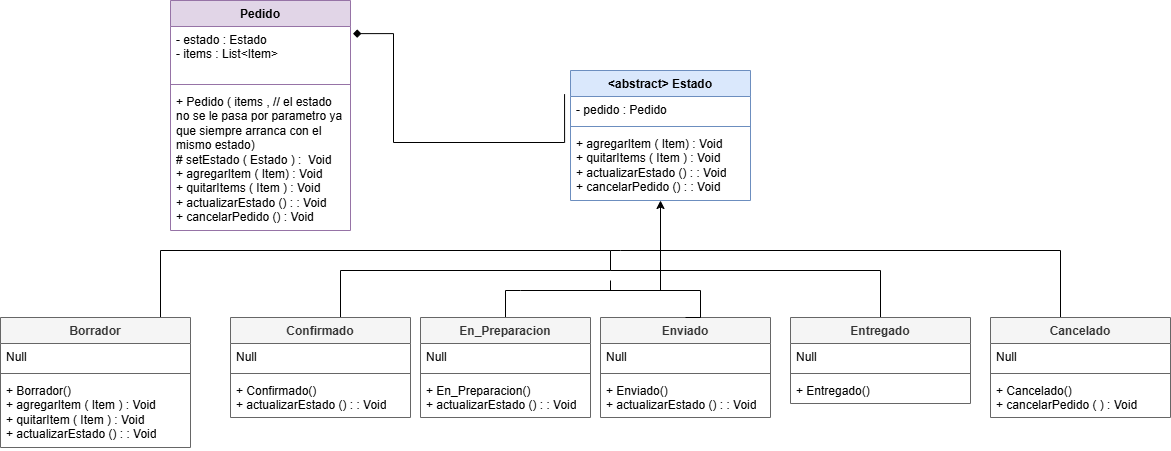
This is src/Pedido/UML.png from saenzlucas/UNQShop, a draw.io export, as it was before one commit. Source tidied: cells renumbered, new cells last; positions are measured from the earlier drawing's top-left corner, leaving out a move shared by most shapes.
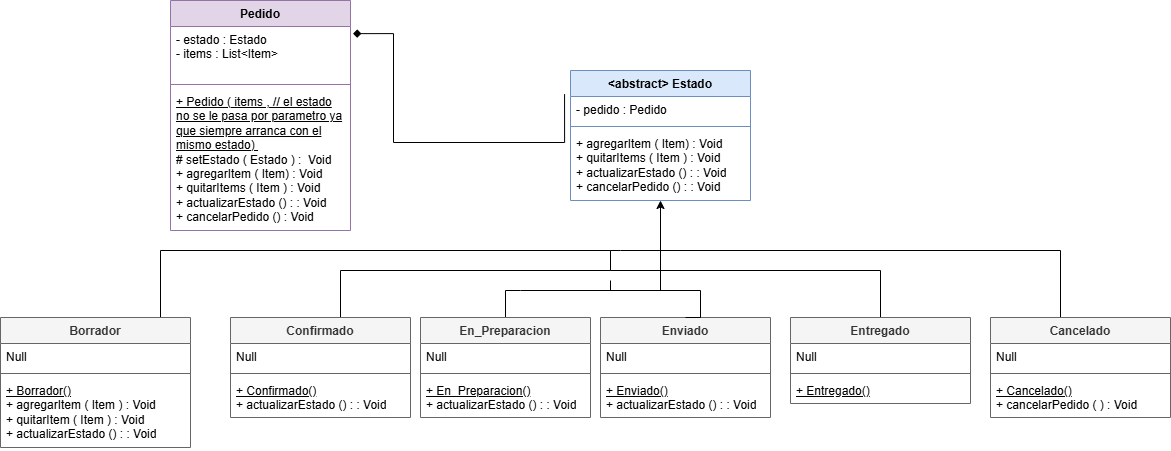
The same diagram one commit later.

Commit message:
se subraya mensaje de creacion de instancia ya que pasa a ser un mensaje de clase y se encarga tanto de crear la instancia como de iniciarla

The edit, as a diff of the source:
```diff
@@ -11,7 +11,7 @@
     <mxCell id="4" style="line;strokeWidth=1;fillColor=none;align=left;verticalAlign=middle;spacingTop=-1;spacingLeft=3;spacingRight=3;labelPosition=right;strokeColor=inherit;" parent="2" vertex="1">
       <mxGeometry y="80" width="180" height="8" as="geometry" />
     </mxCell>
-    <mxCell id="5" value="+ Pedido ( items , // el estado no se le pasa por parametro ya que siempre arranca con el mismo estado)&amp;nbsp;&lt;div&gt;# setEstado ( Estado ) :&amp;nbsp; Void&lt;div&gt;+ agregarItem ( Item) : Void&lt;/div&gt;&lt;div&gt;+ quitarItems ( Item ) : Void&amp;nbsp;&lt;/div&gt;&lt;div&gt;+ actualizarEstado () : : Void&lt;/div&gt;&lt;div&gt;+ cancelarPedido () : Void&lt;/div&gt;&lt;/div&gt;" style="text;strokeColor=none;fillColor=none;align=left;verticalAlign=top;spacingLeft=4;spacingRight=4;overflow=hidden;whiteSpace=wrap;html=1;" parent="2" vertex="1">
+    <mxCell id="5" value="&lt;u&gt;+ Pedido ( items , // el estado no se le pasa por parametro ya que siempre arranca con el mismo estado)&amp;nbsp;&lt;/u&gt;&lt;div&gt;# setEstado ( Estado ) :&amp;nbsp; Void&lt;div&gt;+ agregarItem ( Item) : Void&lt;/div&gt;&lt;div&gt;+ quitarItems ( Item ) : Void&amp;nbsp;&lt;/div&gt;&lt;div&gt;+ actualizarEstado () : : Void&lt;/div&gt;&lt;div&gt;+ cancelarPedido () : Void&lt;/div&gt;&lt;/div&gt;" style="text;strokeColor=none;fillColor=none;align=left;verticalAlign=top;spacingLeft=4;spacingRight=4;overflow=hidden;whiteSpace=wrap;html=1;" parent="2" vertex="1">
       <mxGeometry y="88" width="180" height="142" as="geometry" />
     </mxCell>
     <mxCell id="6" style="edgeStyle=orthogonalEdgeStyle;rounded=0;jettySize=auto;html=1;endArrow=diamond;endFill=1;exitX=-0.033;exitY=0.182;exitDx=0;exitDy=0;exitPerimeter=0;entryX=1.014;entryY=0.144;entryDx=0;entryDy=0;entryPerimeter=0;" parent="1" edge="1" source="7" target="2">
@@ -28,20 +28,20 @@
     <mxCell id="8" value="- pedido : Pedido" style="text;strokeColor=none;fillColor=none;align=left;verticalAlign=top;spacingLeft=4;spacingRight=4;overflow=hidden;whiteSpace=wrap;html=1;" parent="7" vertex="1">
       <mxGeometry y="26" width="180" height="26" as="geometry" />
     </mxCell>
-    <mxCell id="9" style="line;strokeWidth=1;fillColor=none;align=left;verticalAlign=middle;spacingTop=-1;spacingLeft=3;spacingRight=3;labelPosition=right;strokeColor=inherit;" parent="7" vertex="1">
-      <mxGeometry y="52" width="180" height="8" as="geometry" />
-    </mxCell>
+    <mxCell id="41" style="line;strokeWidth=1;fillColor=none;align=left;verticalAlign=middle;spacingTop=-1;spacingLeft=3;spacingRight=3;labelPosition=right;strokeColor=inherit;" parent="7" vertex="1">
+      <mxGeometry y="52" width="180" height="8" as="geometry" />
+    </mxCell>
     <mxCell id="10" value="&lt;div&gt;+ agregarItem ( Item) : Void&lt;/div&gt;&lt;div&gt;+ quitarItems ( Item ) : Void&amp;nbsp;&lt;/div&gt;&lt;div&gt;+ actualizarEstado () : : Void&lt;/div&gt;&lt;div&gt;+ cancelarPedido&lt;span style=&quot;background-color: transparent; color: light-dark(rgb(0, 0, 0), rgb(255, 255, 255));&quot;&gt;&amp;nbsp;() : : Void&lt;/span&gt;&lt;/div&gt;" style="text;strokeColor=none;fillColor=none;align=left;verticalAlign=top;spacingLeft=4;spacingRight=4;overflow=hidden;whiteSpace=wrap;html=1;" parent="7" vertex="1">
       <mxGeometry y="60" width="180" height="70" as="geometry" />
     </mxCell>
-    <mxCell id="11" style="edgeStyle=orthogonalEdgeStyle;rounded=0;jettySize=auto;html=1;endArrow=none;endFill=0;" parent="1" edge="1" source="12">
-      <mxGeometry relative="1" as="geometry">
-        <mxPoint x="610" y="250" as="targetPoint" />
-        <Array as="points">
-          <mxPoint x="160" y="250" />
-        </Array>
-      </mxGeometry>
-    </mxCell>
+    <mxCell id="42" style="edgeStyle=orthogonalEdgeStyle;rounded=0;jettySize=auto;html=1;endArrow=none;endFill=0;" parent="1" edge="1" source="12">
+      <mxGeometry relative="1" as="geometry">
+        <mxPoint x="610" y="250" as="targetPoint" />
+        <Array as="points">
+          <mxPoint x="160" y="250" />
+        </Array>
+      </mxGeometry>
+    </mxCell>
     <mxCell id="12" value="Borrador&lt;div&gt;&lt;br&gt;&lt;/div&gt;" style="swimlane;fontStyle=1;align=center;verticalAlign=top;horizontal=1;startSize=26;whiteSpace=wrap;html=1;fillColor=#f5f5f5;strokeColor=#666666;fontColor=#333333;" parent="1" vertex="1">
       <mxGeometry y="317" width="190" height="130" as="geometry" />
     </mxCell>
@@ -51,81 +51,81 @@
     <mxCell id="14" style="line;strokeWidth=1;fillColor=none;align=left;verticalAlign=middle;spacingTop=-1;spacingLeft=3;spacingRight=3;labelPosition=right;strokeColor=inherit;" parent="12" vertex="1">
       <mxGeometry y="52" width="190" height="8" as="geometry" />
     </mxCell>
-    <mxCell id="15" value="+ Borrador()&lt;div&gt;+ agregarItem ( Item ) : Void&lt;div&gt;+ quitarItem ( Item ) : Void&lt;/div&gt;&lt;div&gt;+ actualizarEstado () : : Void&lt;/div&gt;&lt;/div&gt;" style="text;strokeColor=none;fillColor=none;align=left;verticalAlign=top;spacingLeft=4;spacingRight=4;overflow=hidden;whiteSpace=wrap;html=1;" parent="12" vertex="1">
+    <mxCell id="15" value="&lt;u&gt;+ Borrador()&lt;/u&gt;&lt;div&gt;+ agregarItem ( Item ) : Void&lt;div&gt;+ quitarItem ( Item ) : Void&lt;/div&gt;&lt;div&gt;+ actualizarEstado () : : Void&lt;/div&gt;&lt;/div&gt;" style="text;strokeColor=none;fillColor=none;align=left;verticalAlign=top;spacingLeft=4;spacingRight=4;overflow=hidden;whiteSpace=wrap;html=1;" parent="12" vertex="1">
       <mxGeometry y="60" width="190" height="70" as="geometry" />
     </mxCell>
-    <mxCell id="16" style="edgeStyle=orthogonalEdgeStyle;rounded=0;jettySize=auto;html=1;endArrow=none;endFill=0;exitX=0.5;exitY=0;exitDx=0;exitDy=0;" parent="1" edge="1" source="17">
-      <mxGeometry relative="1" as="geometry">
-        <mxPoint x="610" y="270" as="targetPoint" />
-        <Array as="points">
-          <mxPoint x="340" y="270" />
-        </Array>
-      </mxGeometry>
-    </mxCell>
+    <mxCell id="43" style="edgeStyle=orthogonalEdgeStyle;rounded=0;jettySize=auto;html=1;endArrow=none;endFill=0;exitX=0.5;exitY=0;exitDx=0;exitDy=0;" parent="1" edge="1" source="17">
+      <mxGeometry relative="1" as="geometry">
+        <mxPoint x="610" y="270" as="targetPoint" />
+        <Array as="points">
+          <mxPoint x="340" y="270" />
+        </Array>
+      </mxGeometry>
+    </mxCell>
     <mxCell id="17" value="Confirmado&lt;div&gt;&lt;br&gt;&lt;/div&gt;" style="swimlane;fontStyle=1;align=center;verticalAlign=top;horizontal=1;startSize=26;whiteSpace=wrap;html=1;fillColor=#f5f5f5;strokeColor=#666666;fontColor=#333333;" parent="1" vertex="1">
       <mxGeometry x="230" y="317" width="180" height="100" as="geometry" />
     </mxCell>
-    <mxCell id="18" value="Null" style="text;strokeColor=none;fillColor=none;align=left;verticalAlign=top;spacingLeft=4;spacingRight=4;overflow=hidden;whiteSpace=wrap;html=1;" parent="17" vertex="1">
-      <mxGeometry y="26" width="180" height="26" as="geometry" />
-    </mxCell>
-    <mxCell id="19" style="line;strokeWidth=1;fillColor=none;align=left;verticalAlign=middle;spacingTop=-1;spacingLeft=3;spacingRight=3;labelPosition=right;strokeColor=inherit;" parent="17" vertex="1">
-      <mxGeometry y="52" width="180" height="8" as="geometry" />
-    </mxCell>
+    <mxCell id="44" value="Null" style="text;strokeColor=none;fillColor=none;align=left;verticalAlign=top;spacingLeft=4;spacingRight=4;overflow=hidden;whiteSpace=wrap;html=1;" parent="17" vertex="1">
+      <mxGeometry y="26" width="180" height="26" as="geometry" />
+    </mxCell>
+    <mxCell id="45" style="line;strokeWidth=1;fillColor=none;align=left;verticalAlign=middle;spacingTop=-1;spacingLeft=3;spacingRight=3;labelPosition=right;strokeColor=inherit;" parent="17" vertex="1">
+      <mxGeometry y="52" width="180" height="8" as="geometry" />
+    </mxCell>
-    <mxCell id="20" value="&lt;div&gt;+ Confirmado()&lt;/div&gt;+ actualizarEstado () : : Void" style="text;strokeColor=none;fillColor=none;align=left;verticalAlign=top;spacingLeft=4;spacingRight=4;overflow=hidden;whiteSpace=wrap;html=1;" parent="17" vertex="1">
+    <mxCell id="20" value="&lt;div&gt;&lt;u&gt;+ Confirmado()&lt;/u&gt;&lt;/div&gt;+ actualizarEstado () : : Void" style="text;strokeColor=none;fillColor=none;align=left;verticalAlign=top;spacingLeft=4;spacingRight=4;overflow=hidden;whiteSpace=wrap;html=1;" parent="17" vertex="1">
       <mxGeometry y="60" width="180" height="40" as="geometry" />
     </mxCell>
     <mxCell id="21" value="Enviado" style="swimlane;fontStyle=1;align=center;verticalAlign=top;horizontal=1;startSize=26;whiteSpace=wrap;html=1;fillColor=#f5f5f5;strokeColor=#666666;fontColor=#333333;" parent="1" vertex="1">
       <mxGeometry x="600" y="317" width="170" height="100" as="geometry" />
     </mxCell>
-    <mxCell id="22" value="Null" style="text;strokeColor=none;fillColor=none;align=left;verticalAlign=top;spacingLeft=4;spacingRight=4;overflow=hidden;whiteSpace=wrap;html=1;" parent="21" vertex="1">
-      <mxGeometry y="26" width="170" height="26" as="geometry" />
-    </mxCell>
-    <mxCell id="23" style="line;strokeWidth=1;fillColor=none;align=left;verticalAlign=middle;spacingTop=-1;spacingLeft=3;spacingRight=3;labelPosition=right;strokeColor=inherit;" parent="21" vertex="1">
-      <mxGeometry y="52" width="170" height="8" as="geometry" />
-    </mxCell>
+    <mxCell id="46" value="Null" style="text;strokeColor=none;fillColor=none;align=left;verticalAlign=top;spacingLeft=4;spacingRight=4;overflow=hidden;whiteSpace=wrap;html=1;" parent="21" vertex="1">
+      <mxGeometry y="26" width="170" height="26" as="geometry" />
+    </mxCell>
+    <mxCell id="47" style="line;strokeWidth=1;fillColor=none;align=left;verticalAlign=middle;spacingTop=-1;spacingLeft=3;spacingRight=3;labelPosition=right;strokeColor=inherit;" parent="21" vertex="1">
+      <mxGeometry y="52" width="170" height="8" as="geometry" />
+    </mxCell>
-    <mxCell id="24" value="+ Enviado()&amp;nbsp;&lt;div&gt;+ actualizarEstado () : : Void&lt;/div&gt;" style="text;strokeColor=none;fillColor=none;align=left;verticalAlign=top;spacingLeft=4;spacingRight=4;overflow=hidden;whiteSpace=wrap;html=1;" parent="21" vertex="1">
+    <mxCell id="24" value="&lt;u&gt;+ Enviado()&lt;/u&gt;&amp;nbsp;&lt;div&gt;+ actualizarEstado () : : Void&lt;/div&gt;" style="text;strokeColor=none;fillColor=none;align=left;verticalAlign=top;spacingLeft=4;spacingRight=4;overflow=hidden;whiteSpace=wrap;html=1;" parent="21" vertex="1">
       <mxGeometry y="60" width="170" height="40" as="geometry" />
     </mxCell>
-    <mxCell id="25" style="edgeStyle=orthogonalEdgeStyle;rounded=0;jettySize=auto;html=1;endArrow=none;endFill=0;" parent="1" edge="1" source="26">
-      <mxGeometry relative="1" as="geometry">
-        <mxPoint x="610" y="250" as="targetPoint" />
-        <Array as="points">
-          <mxPoint x="1060" y="250" />
-          <mxPoint x="620" y="250" />
-        </Array>
-      </mxGeometry>
-    </mxCell>
+    <mxCell id="48" style="edgeStyle=orthogonalEdgeStyle;rounded=0;jettySize=auto;html=1;endArrow=none;endFill=0;" parent="1" edge="1" source="26">
+      <mxGeometry relative="1" as="geometry">
+        <mxPoint x="610" y="250" as="targetPoint" />
+        <Array as="points">
+          <mxPoint x="1060" y="250" />
+          <mxPoint x="620" y="250" />
+        </Array>
+      </mxGeometry>
+    </mxCell>
     <mxCell id="26" value="Cancelado&lt;div&gt;&lt;br&gt;&lt;/div&gt;" style="swimlane;fontStyle=1;align=center;verticalAlign=top;horizontal=1;startSize=26;whiteSpace=wrap;html=1;fillColor=#f5f5f5;fontColor=#333333;strokeColor=#666666;" parent="1" vertex="1">
       <mxGeometry x="990" y="317" width="180" height="100" as="geometry" />
     </mxCell>
-    <mxCell id="27" value="Null" style="text;strokeColor=none;fillColor=none;align=left;verticalAlign=top;spacingLeft=4;spacingRight=4;overflow=hidden;whiteSpace=wrap;html=1;" parent="26" vertex="1">
-      <mxGeometry y="26" width="180" height="26" as="geometry" />
-    </mxCell>
-    <mxCell id="28" style="line;strokeWidth=1;fillColor=none;align=left;verticalAlign=middle;spacingTop=-1;spacingLeft=3;spacingRight=3;labelPosition=right;strokeColor=inherit;" parent="26" vertex="1">
-      <mxGeometry y="52" width="180" height="8" as="geometry" />
-    </mxCell>
+    <mxCell id="49" value="Null" style="text;strokeColor=none;fillColor=none;align=left;verticalAlign=top;spacingLeft=4;spacingRight=4;overflow=hidden;whiteSpace=wrap;html=1;" parent="26" vertex="1">
+      <mxGeometry y="26" width="180" height="26" as="geometry" />
+    </mxCell>
+    <mxCell id="50" style="line;strokeWidth=1;fillColor=none;align=left;verticalAlign=middle;spacingTop=-1;spacingLeft=3;spacingRight=3;labelPosition=right;strokeColor=inherit;" parent="26" vertex="1">
+      <mxGeometry y="52" width="180" height="8" as="geometry" />
+    </mxCell>
-    <mxCell id="29" value="&lt;div&gt;+ Cancelado()&lt;/div&gt;+ cancelarPedido ( ) : Void" style="text;strokeColor=none;fillColor=none;align=left;verticalAlign=top;spacingLeft=4;spacingRight=4;overflow=hidden;whiteSpace=wrap;html=1;" parent="26" vertex="1">
+    <mxCell id="29" value="&lt;div&gt;&lt;u&gt;+ Cancelado()&lt;/u&gt;&lt;/div&gt;+ cancelarPedido ( ) : Void" style="text;strokeColor=none;fillColor=none;align=left;verticalAlign=top;spacingLeft=4;spacingRight=4;overflow=hidden;whiteSpace=wrap;html=1;" parent="26" vertex="1">
       <mxGeometry y="60" width="180" height="40" as="geometry" />
     </mxCell>
-    <mxCell id="30" style="edgeStyle=orthogonalEdgeStyle;rounded=0;jettySize=auto;html=1;exitX=0.5;exitY=0;exitDx=0;exitDy=0;endArrow=none;endFill=0;" parent="1" edge="1" source="31">
-      <mxGeometry relative="1" as="geometry">
-        <mxPoint x="610" y="250" as="targetPoint" />
-        <Array as="points">
-          <mxPoint x="880" y="270" />
-          <mxPoint x="610" y="270" />
-        </Array>
-      </mxGeometry>
-    </mxCell>
+    <mxCell id="51" style="edgeStyle=orthogonalEdgeStyle;rounded=0;jettySize=auto;html=1;exitX=0.5;exitY=0;exitDx=0;exitDy=0;endArrow=none;endFill=0;" parent="1" edge="1" source="31">
+      <mxGeometry relative="1" as="geometry">
+        <mxPoint x="610" y="250" as="targetPoint" />
+        <Array as="points">
+          <mxPoint x="880" y="270" />
+          <mxPoint x="610" y="270" />
+        </Array>
+      </mxGeometry>
+    </mxCell>
     <mxCell id="31" value="Entregado" style="swimlane;fontStyle=1;align=center;verticalAlign=top;horizontal=1;startSize=26;whiteSpace=wrap;html=1;fillColor=#f5f5f5;strokeColor=#666666;fontColor=#333333;" parent="1" vertex="1">
       <mxGeometry x="790" y="317" width="180" height="86" as="geometry" />
     </mxCell>
-    <mxCell id="32" value="Null" style="text;strokeColor=none;fillColor=none;align=left;verticalAlign=top;spacingLeft=4;spacingRight=4;overflow=hidden;whiteSpace=wrap;html=1;" parent="31" vertex="1">
-      <mxGeometry y="26" width="180" height="26" as="geometry" />
-    </mxCell>
-    <mxCell id="33" style="line;strokeWidth=1;fillColor=none;align=left;verticalAlign=middle;spacingTop=-1;spacingLeft=3;spacingRight=3;labelPosition=right;strokeColor=inherit;" parent="31" vertex="1">
-      <mxGeometry y="52" width="180" height="8" as="geometry" />
-    </mxCell>
+    <mxCell id="52" value="Null" style="text;strokeColor=none;fillColor=none;align=left;verticalAlign=top;spacingLeft=4;spacingRight=4;overflow=hidden;whiteSpace=wrap;html=1;" parent="31" vertex="1">
+      <mxGeometry y="26" width="180" height="26" as="geometry" />
+    </mxCell>
+    <mxCell id="53" style="line;strokeWidth=1;fillColor=none;align=left;verticalAlign=middle;spacingTop=-1;spacingLeft=3;spacingRight=3;labelPosition=right;strokeColor=inherit;" parent="31" vertex="1">
+      <mxGeometry y="52" width="180" height="8" as="geometry" />
+    </mxCell>
-    <mxCell id="34" value="+ Entregado()" style="text;strokeColor=none;fillColor=none;align=left;verticalAlign=top;spacingLeft=4;spacingRight=4;overflow=hidden;whiteSpace=wrap;html=1;" parent="31" vertex="1">
+    <mxCell id="34" value="&lt;u&gt;+ Entregado()&lt;/u&gt;" style="text;strokeColor=none;fillColor=none;align=left;verticalAlign=top;spacingLeft=4;spacingRight=4;overflow=hidden;whiteSpace=wrap;html=1;" parent="31" vertex="1">
       <mxGeometry y="60" width="180" height="26" as="geometry" />
     </mxCell>
     <mxCell id="35" style="edgeStyle=orthogonalEdgeStyle;rounded=0;jettySize=auto;html=1;entryX=0.5;entryY=1;entryDx=0;entryDy=0;exitX=0.5;exitY=0;exitDx=0;exitDy=0;" parent="1" edge="1" source="36" target="7">
@@ -139,23 +139,23 @@
     <mxCell id="36" value="En_Preparacion" style="swimlane;fontStyle=1;align=center;verticalAlign=top;horizontal=1;startSize=26;whiteSpace=wrap;html=1;fillColor=#f5f5f5;strokeColor=#666666;fontColor=#333333;" parent="1" vertex="1">
       <mxGeometry x="420" y="317" width="170" height="100" as="geometry" />
     </mxCell>
-    <mxCell id="37" value="Null" style="text;strokeColor=none;fillColor=none;align=left;verticalAlign=top;spacingLeft=4;spacingRight=4;overflow=hidden;whiteSpace=wrap;html=1;" parent="36" vertex="1">
-      <mxGeometry y="26" width="170" height="26" as="geometry" />
-    </mxCell>
-    <mxCell id="38" style="line;strokeWidth=1;fillColor=none;align=left;verticalAlign=middle;spacingTop=-1;spacingLeft=3;spacingRight=3;labelPosition=right;strokeColor=inherit;" parent="36" vertex="1">
-      <mxGeometry y="52" width="170" height="8" as="geometry" />
-    </mxCell>
+    <mxCell id="54" value="Null" style="text;strokeColor=none;fillColor=none;align=left;verticalAlign=top;spacingLeft=4;spacingRight=4;overflow=hidden;whiteSpace=wrap;html=1;" parent="36" vertex="1">
+      <mxGeometry y="26" width="170" height="26" as="geometry" />
+    </mxCell>
+    <mxCell id="55" style="line;strokeWidth=1;fillColor=none;align=left;verticalAlign=middle;spacingTop=-1;spacingLeft=3;spacingRight=3;labelPosition=right;strokeColor=inherit;" parent="36" vertex="1">
+      <mxGeometry y="52" width="170" height="8" as="geometry" />
+    </mxCell>
-    <mxCell id="39" value="+ En_Preparacion()&amp;nbsp;&lt;div&gt;+ actualizarEstado () : : Void&lt;/div&gt;" style="text;strokeColor=none;fillColor=none;align=left;verticalAlign=top;spacingLeft=4;spacingRight=4;overflow=hidden;whiteSpace=wrap;html=1;" parent="36" vertex="1">
+    <mxCell id="39" value="&lt;u&gt;+ En_Preparacion()&lt;/u&gt;&amp;nbsp;&lt;div&gt;+ actualizarEstado () : : Void&lt;/div&gt;" style="text;strokeColor=none;fillColor=none;align=left;verticalAlign=top;spacingLeft=4;spacingRight=4;overflow=hidden;whiteSpace=wrap;html=1;" parent="36" vertex="1">
       <mxGeometry y="60" width="170" height="40" as="geometry" />
     </mxCell>
-    <mxCell id="40" style="edgeStyle=orthogonalEdgeStyle;rounded=0;jettySize=auto;html=1;endArrow=none;endFill=0;exitX=0.5;exitY=0;exitDx=0;exitDy=0;" parent="1" edge="1" source="21">
-      <mxGeometry relative="1" as="geometry">
-        <mxPoint x="610" y="280" as="targetPoint" />
-        <Array as="points">
-          <mxPoint x="700" y="290" />
-          <mxPoint x="610" y="290" />
-        </Array>
-      </mxGeometry>
-    </mxCell>
+    <mxCell id="56" style="edgeStyle=orthogonalEdgeStyle;rounded=0;jettySize=auto;html=1;endArrow=none;endFill=0;exitX=0.5;exitY=0;exitDx=0;exitDy=0;" parent="1" edge="1" source="21">
+      <mxGeometry relative="1" as="geometry">
+        <mxPoint x="610" y="280" as="targetPoint" />
+        <Array as="points">
+          <mxPoint x="700" y="290" />
+          <mxPoint x="610" y="290" />
+        </Array>
+      </mxGeometry>
+    </mxCell>
   </root>
 </mxGraphModel>
```
